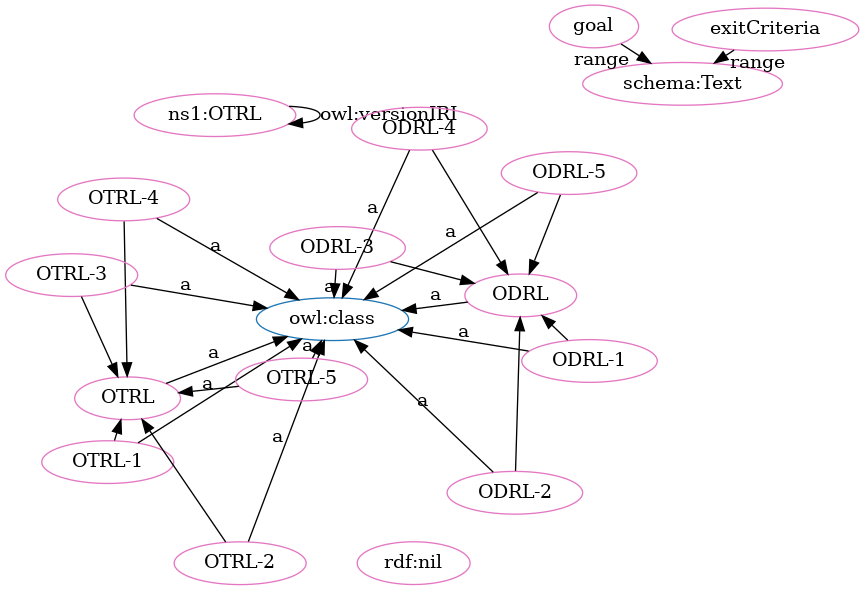
Above: OTRL-clean.png in OPEN-NEXT/OKH-LOSH (Graphviz), before the change. Its source is kept beside it as OTRL-clean.dot.
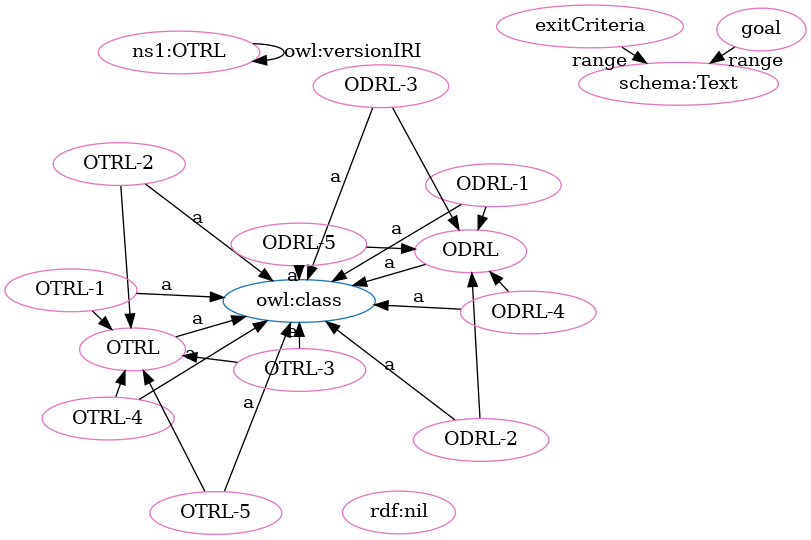
Above is the later version.

What changed in the source:
```diff
@@ -1,49 +1,49 @@
 digraph G {
   rankdir=BT
   node[height=.3]
-"http://purl.org/oseg/ontologies/OTRL#OTRL" [fillcolor="#1f77b4" color="#1f77b4" label="OTRL"]
 "http://purl.org/oseg/ontologies/OTRL#ODRL" [fillcolor="#1f77b4" color="#1f77b4" label="ODRL"]
 "http://www.w3.org/2002/07/owl#class" [fillcolor="#1f77b4" color="#1f77b4" label="owl:class"]
-"http://purl.org/oseg/ontologies/OTRL#OTRL" [fillcolor="#e377c2" color="#e377c2" label="OTRL"]
+"http://purl.org/oseg/ontologies/OTRL#OTRL" [fillcolor="#1f77b4" color="#1f77b4" label="OTRL"]
 "http://purl.org/oseg/ontologies/OTRL#ODRL" [fillcolor="#e377c2" color="#e377c2" label="ODRL"]
 "http://purl.org/oseg/ontologies/OTRL" [fillcolor="#e377c2" color="#e377c2" label="ns1:OTRL"]
-"http://www.w3.org/1999/02/22-rdf-syntax-ns#nil" [fillcolor="#e377c2" color="#e377c2" label="rdf:nil"]
-"http://purl.org/oseg/ontologies/OTRL#ODRL-4" [fillcolor="#e377c2" color="#e377c2" label="ODRL-4"]
-"http://purl.org/oseg/ontologies/OTRL#ODRL-5" [fillcolor="#e377c2" color="#e377c2" label="ODRL-5"]
+"http://purl.org/oseg/ontologies/OTRL#exitCriteria" [fillcolor="#e377c2" color="#e377c2" label="exitCriteria"]
+"http://purl.org/oseg/ontologies/OTRL#OTRL-2" [fillcolor="#e377c2" color="#e377c2" label="OTRL-2"]
+"http://purl.org/oseg/ontologies/OTRL#ODRL-1" [fillcolor="#e377c2" color="#e377c2" label="ODRL-1"]
+"http://purl.org/oseg/ontologies/OTRL#ODRL-3" [fillcolor="#e377c2" color="#e377c2" label="ODRL-3"]
+"http://purl.org/oseg/ontologies/OTRL#OTRL" [fillcolor="#e377c2" color="#e377c2" label="OTRL"]
 "http://purl.org/oseg/ontologies/OTRL#OTRL-4" [fillcolor="#e377c2" color="#e377c2" label="OTRL-4"]
 "http://purl.org/oseg/ontologies/OTRL#goal" [fillcolor="#e377c2" color="#e377c2" label="goal"]
+"http://purl.org/oseg/ontologies/OTRL#ODRL-2" [fillcolor="#e377c2" color="#e377c2" label="ODRL-2"]
+"http://purl.org/oseg/ontologies/OTRL#ODRL-5" [fillcolor="#e377c2" color="#e377c2" label="ODRL-5"]
+"http://purl.org/oseg/ontologies/OTRL#OTRL-5" [fillcolor="#e377c2" color="#e377c2" label="OTRL-5"]
+"http://schema.org/Text" [fillcolor="#e377c2" color="#e377c2" label="schema:Text"]
+"http://purl.org/oseg/ontologies/OTRL#OTRL-3" [fillcolor="#e377c2" color="#e377c2" label="OTRL-3"]
 "http://purl.org/oseg/ontologies/OTRL#OTRL-1" [fillcolor="#e377c2" color="#e377c2" label="OTRL-1"]
-"http://purl.org/oseg/ontologies/OTRL#exitCriteria" [fillcolor="#e377c2" color="#e377c2" label="exitCriteria"]
-"http://purl.org/oseg/ontologies/OTRL#OTRL-2" [fillcolor="#e377c2" color="#e377c2" label="OTRL-2"]
-"http://purl.org/oseg/ontologies/OTRL#ODRL-3" [fillcolor="#e377c2" color="#e377c2" label="ODRL-3"]
-"http://purl.org/oseg/ontologies/OTRL#ODRL-2" [fillcolor="#e377c2" color="#e377c2" label="ODRL-2"]
-"http://schema.org/Text" [fillcolor="#e377c2" color="#e377c2" label="schema:Text"]
-"http://purl.org/oseg/ontologies/OTRL#ODRL-1" [fillcolor="#e377c2" color="#e377c2" label="ODRL-1"]
-"http://purl.org/oseg/ontologies/OTRL#OTRL-3" [fillcolor="#e377c2" color="#e377c2" label="OTRL-3"]
-"http://purl.org/oseg/ontologies/OTRL#OTRL-5" [fillcolor="#e377c2" color="#e377c2" label="OTRL-5"]
+"http://purl.org/oseg/ontologies/OTRL#ODRL-4" [fillcolor="#e377c2" color="#e377c2" label="ODRL-4"]
+"http://www.w3.org/1999/02/22-rdf-syntax-ns#nil" [fillcolor="#e377c2" color="#e377c2" label="rdf:nil"]
+  "http://purl.org/oseg/ontologies/OTRL#OTRL-2" -> "http://www.w3.org/2002/07/owl#class" [label="a"]
+  "http://purl.org/oseg/ontologies/OTRL#ODRL-1" -> "http://www.w3.org/2002/07/owl#class" [label="a"]
+  "http://purl.org/oseg/ontologies/OTRL#ODRL-2" -> "http://www.w3.org/2002/07/owl#class" [label="a"]
+  "http://purl.org/oseg/ontologies/OTRL#ODRL-3" -> "http://purl.org/oseg/ontologies/OTRL#ODRL" [label=""]
+  "http://purl.org/oseg/ontologies/OTRL#OTRL-1" -> "http://purl.org/oseg/ontologies/OTRL#OTRL" [label=""]
+  "http://purl.org/oseg/ontologies/OTRL#OTRL-1" -> "http://www.w3.org/2002/07/owl#class" [label="a"]
+  "http://purl.org/oseg/ontologies/OTRL#ODRL-4" -> "http://www.w3.org/2002/07/owl#class" [label="a"]
+  "http://purl.org/oseg/ontologies/OTRL#OTRL-4" -> "http://purl.org/oseg/ontologies/OTRL#OTRL" [label=""]
+  "http://purl.org/oseg/ontologies/OTRL#goal" -> "http://schema.org/Text" [label="range"]
+  "http://purl.org/oseg/ontologies/OTRL#ODRL" -> "http://www.w3.org/2002/07/owl#class" [label="a"]
+  "http://purl.org/oseg/ontologies/OTRL#ODRL-2" -> "http://purl.org/oseg/ontologies/OTRL#ODRL" [label=""]
+  "http://purl.org/oseg/ontologies/OTRL#ODRL-3" -> "http://www.w3.org/2002/07/owl#class" [label="a"]
+  "http://purl.org/oseg/ontologies/OTRL#OTRL-4" -> "http://www.w3.org/2002/07/owl#class" [label="a"]
+  "http://purl.org/oseg/ontologies/OTRL#OTRL-2" -> "http://purl.org/oseg/ontologies/OTRL#OTRL" [label=""]
   "http://purl.org/oseg/ontologies/OTRL" -> "http://purl.org/oseg/ontologies/OTRL" [label="owl:versionIRI"]
+  "http://purl.org/oseg/ontologies/OTRL#OTRL-3" -> "http://purl.org/oseg/ontologies/OTRL#OTRL" [label=""]
+  "http://purl.org/oseg/ontologies/OTRL#ODRL-5" -> "http://www.w3.org/2002/07/owl#class" [label="a"]
+  "http://purl.org/oseg/ontologies/OTRL#ODRL-4" -> "http://purl.org/oseg/ontologies/OTRL#ODRL" [label=""]
+  "http://purl.org/oseg/ontologies/OTRL#OTRL-5" -> "http://www.w3.org/2002/07/owl#class" [label="a"]
+  "http://purl.org/oseg/ontologies/OTRL#exitCriteria" -> "http://schema.org/Text" [label="range"]
+  "http://purl.org/oseg/ontologies/OTRL#OTRL-3" -> "http://www.w3.org/2002/07/owl#class" [label="a"]
   "http://purl.org/oseg/ontologies/OTRL#ODRL-5" -> "http://purl.org/oseg/ontologies/OTRL#ODRL" [label=""]
-  "http://purl.org/oseg/ontologies/OTRL#OTRL-4" -> "http://www.w3.org/2002/07/owl#class" [label="a"]
-  "http://purl.org/oseg/ontologies/OTRL#ODRL-3" -> "http://purl.org/oseg/ontologies/OTRL#ODRL" [label=""]
-  "http://purl.org/oseg/ontologies/OTRL#OTRL-2" -> "http://www.w3.org/2002/07/owl#class" [label="a"]
-  "http://purl.org/oseg/ontologies/OTRL#OTRL-1" -> "http://purl.org/oseg/ontologies/OTRL#OTRL" [label=""]
-  "http://purl.org/oseg/ontologies/OTRL#ODRL-2" -> "http://www.w3.org/2002/07/owl#class" [label="a"]
-  "http://purl.org/oseg/ontologies/OTRL#ODRL-2" -> "http://purl.org/oseg/ontologies/OTRL#ODRL" [label=""]
-  "http://purl.org/oseg/ontologies/OTRL#OTRL-2" -> "http://purl.org/oseg/ontologies/OTRL#OTRL" [label=""]
-  "http://purl.org/oseg/ontologies/OTRL#goal" -> "http://schema.org/Text" [label="range"]
-  "http://purl.org/oseg/ontologies/OTRL#exitCriteria" -> "http://schema.org/Text" [label="range"]
-  "http://purl.org/oseg/ontologies/OTRL#OTRL-5" -> "http://www.w3.org/2002/07/owl#class" [label="a"]
-  "http://purl.org/oseg/ontologies/OTRL#OTRL-4" -> "http://purl.org/oseg/ontologies/OTRL#OTRL" [label=""]
-  "http://purl.org/oseg/ontologies/OTRL#ODRL-4" -> "http://purl.org/oseg/ontologies/OTRL#ODRL" [label=""]
-  "http://purl.org/oseg/ontologies/OTRL#OTRL-3" -> "http://purl.org/oseg/ontologies/OTRL#OTRL" [label=""]
+  "http://purl.org/oseg/ontologies/OTRL#OTRL" -> "http://www.w3.org/2002/07/owl#class" [label="a"]
   "http://purl.org/oseg/ontologies/OTRL#OTRL-5" -> "http://purl.org/oseg/ontologies/OTRL#OTRL" [label=""]
-  "http://purl.org/oseg/ontologies/OTRL#ODRL-4" -> "http://www.w3.org/2002/07/owl#class" [label="a"]
-  "http://purl.org/oseg/ontologies/OTRL#OTRL" -> "http://www.w3.org/2002/07/owl#class" [label="a"]
   "http://purl.org/oseg/ontologies/OTRL#ODRL-1" -> "http://purl.org/oseg/ontologies/OTRL#ODRL" [label=""]
-  "http://purl.org/oseg/ontologies/OTRL#ODRL-5" -> "http://www.w3.org/2002/07/owl#class" [label="a"]
-  "http://purl.org/oseg/ontologies/OTRL#OTRL-1" -> "http://www.w3.org/2002/07/owl#class" [label="a"]
-  "http://purl.org/oseg/ontologies/OTRL#ODRL-3" -> "http://www.w3.org/2002/07/owl#class" [label="a"]
-  "http://purl.org/oseg/ontologies/OTRL#ODRL" -> "http://www.w3.org/2002/07/owl#class" [label="a"]
-  "http://purl.org/oseg/ontologies/OTRL#ODRL-1" -> "http://www.w3.org/2002/07/owl#class" [label="a"]
-  "http://purl.org/oseg/ontologies/OTRL#OTRL-3" -> "http://www.w3.org/2002/07/owl#class" [label="a"]
 }
```
